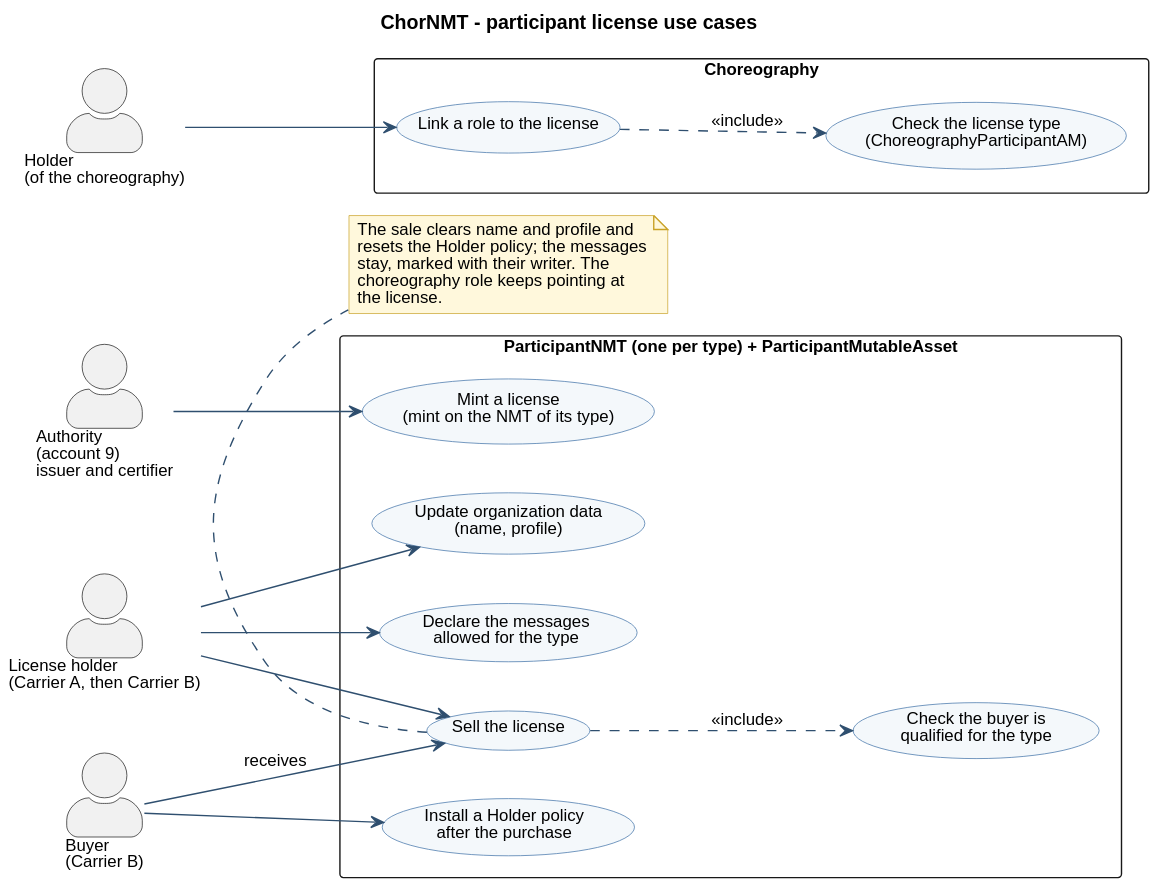
The PlantUML diagram docs/uml/use-case-participant-license.svg in d0na/ChorNMT, before a commit.
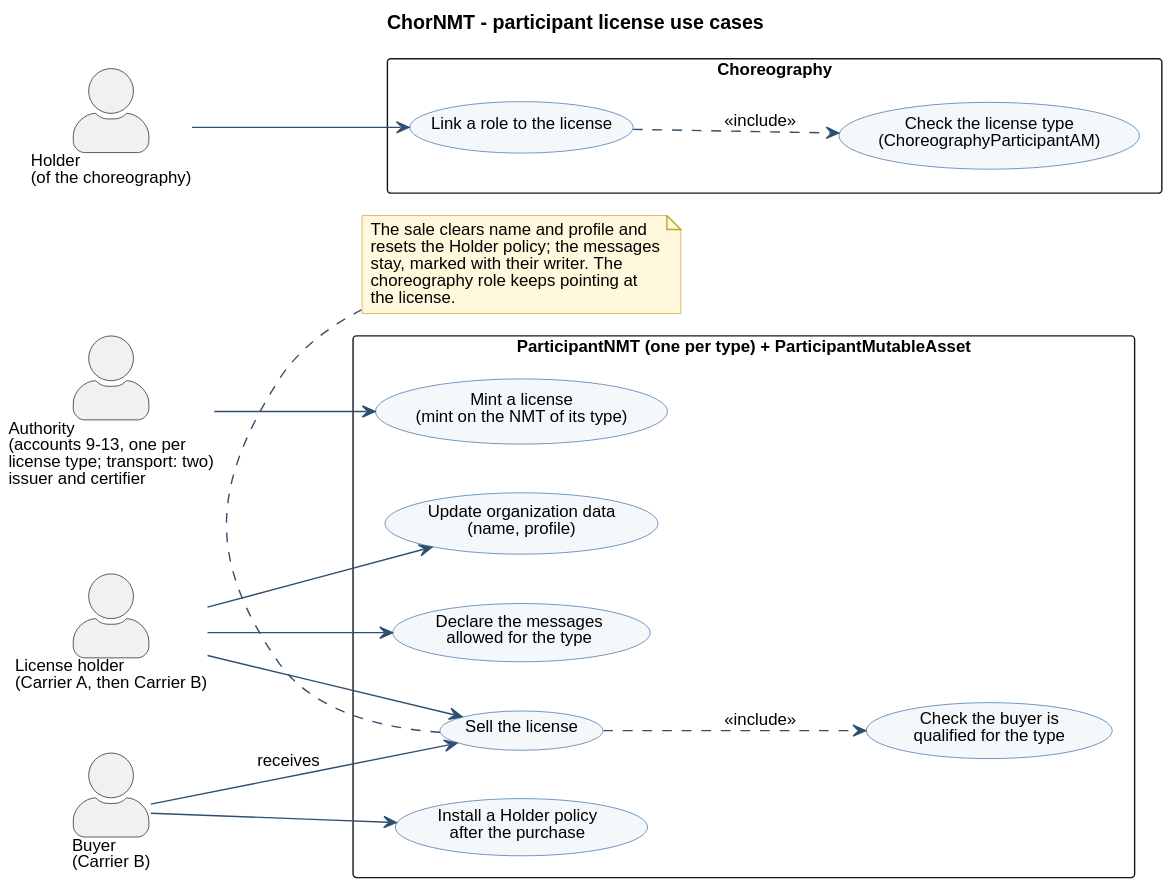
The same file after the commit.

What changed in the source:
```diff
@@ -2,7 +2,7 @@
 !include style.iuml
 title ChorNMT - participant license use cases
 left to right direction
-actor "Authority\n(account 9)\nissuer and certifier" as Authority
+actor "Authority\n(accounts 9-13, one per\nlicense type; transport: two)\nissuer and certifier" as Authority
 actor "License holder\n(Carrier A, then Carrier B)" as LicenseHolder
 actor "Buyer\n(Carrier B)" as Buyer
 actor "Holder\n(of the choreography)" as ChoreoHolder
```
